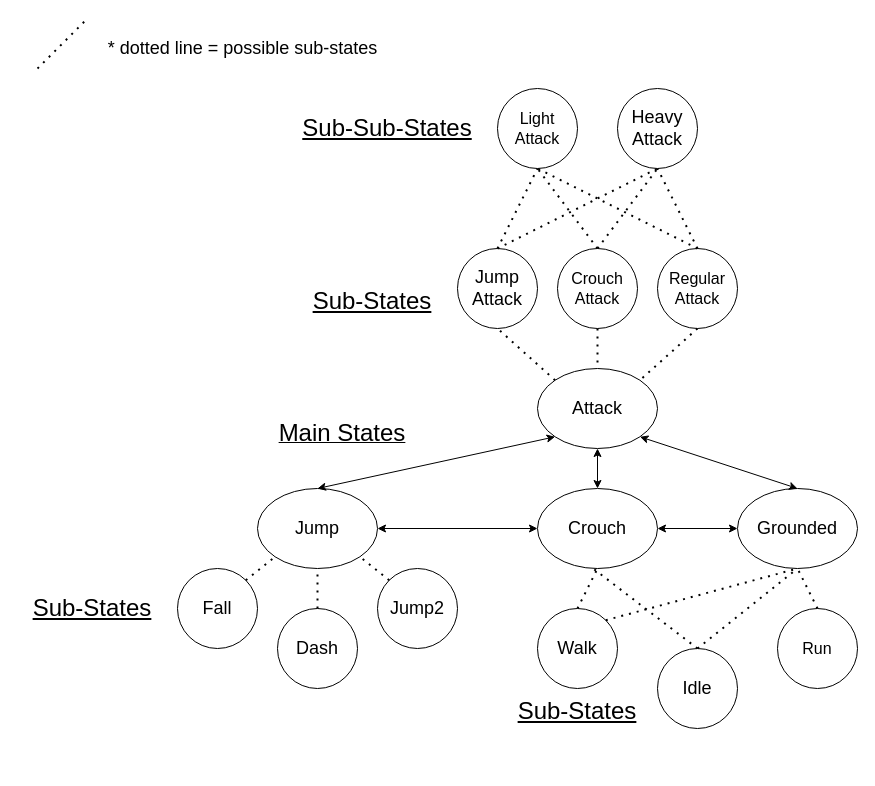
Before: SFMSolution.drawio in HolyTrie/Dark-Times-In-Sherwood, a draw.io diagram. Source tidied: cells renumbered, new cells numbered last; positions are measured from the earlier drawing's top-left corner, leaving out a move shared by most shapes. Both pictures are drawn from the tidied source at 100%, with x=0, y=0 at pixel (17, 18).
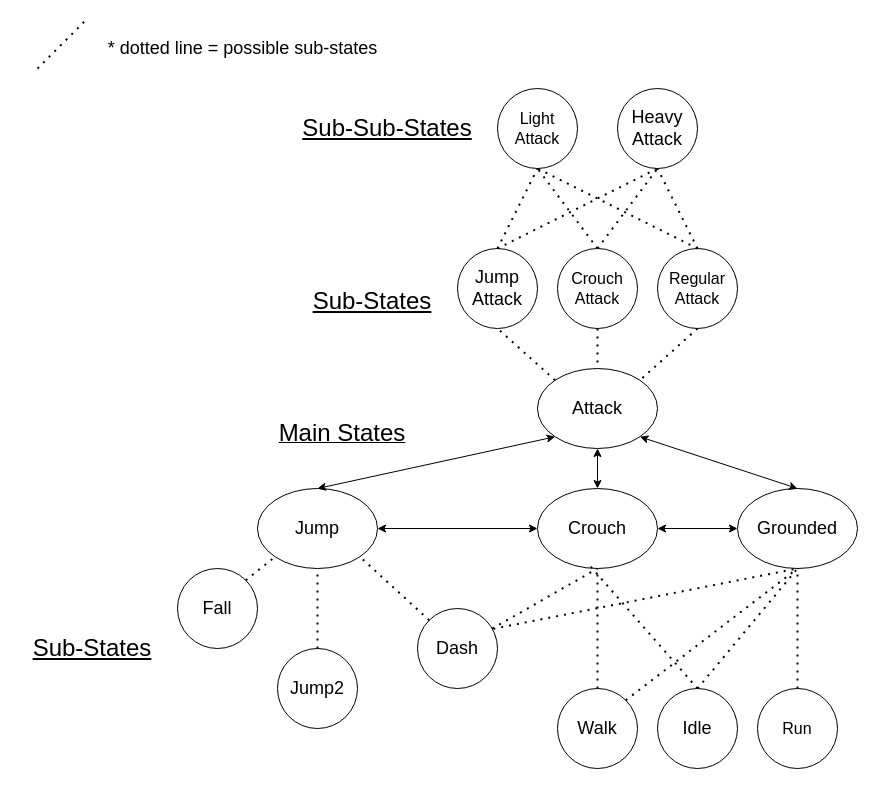
After the change.

The change refers to these unchanged cells:
```xml
<mxCell id="2" value="&lt;font style=&quot;font-size: 18px;&quot;&gt;Grounded&lt;/font&gt;" style="ellipse;whiteSpace=wrap;html=1;" parent="1" vertex="1">
  <mxGeometry x="720" y="470" width="120" height="80" as="geometry" />
</mxCell>
<mxCell id="9" value="&lt;font style=&quot;font-size: 18px;&quot;&gt;Crouch&lt;/font&gt;" style="ellipse;whiteSpace=wrap;html=1;" parent="1" vertex="1">
  <mxGeometry x="520" y="470" width="120" height="80" as="geometry" />
</mxCell>
<mxCell id="15" value="&lt;font style=&quot;font-size: 18px;&quot;&gt;Jump&lt;/font&gt;" style="ellipse;whiteSpace=wrap;html=1;" parent="1" vertex="1">
  <mxGeometry x="240" y="470" width="120" height="80" as="geometry" />
</mxCell>
```

The edit, as a diff of the source:
```diff
@@
     <mxCell id="3" value="&lt;font style=&quot;font-size: 18px;&quot;&gt;Idle&lt;/font&gt;" style="ellipse;whiteSpace=wrap;html=1;" parent="1" vertex="1">
-      <mxGeometry x="640" y="630" width="80" height="80" as="geometry" />
+      <mxGeometry x="640" y="670" width="80" height="80" as="geometry" />
     </mxCell>
     <mxCell id="4" value="&lt;font style=&quot;font-size: 18px;&quot;&gt;Walk&lt;/font&gt;" style="ellipse;whiteSpace=wrap;html=1;" parent="1" vertex="1">
-      <mxGeometry x="520" y="590" width="80" height="80" as="geometry" />
+      <mxGeometry x="540" y="670" width="80" height="80" as="geometry" />
     </mxCell>
     <mxCell id="5" value="&lt;font size=&quot;3&quot;&gt;Run&lt;/font&gt;" style="ellipse;whiteSpace=wrap;html=1;" parent="1" vertex="1">
-      <mxGeometry x="760" y="590" width="80" height="80" as="geometry" />
+      <mxGeometry x="740" y="670" width="80" height="80" as="geometry" />
     </mxCell>
@@
     <mxCell id="18" value="&lt;font style=&quot;font-size: 18px;&quot;&gt;Dash&lt;/font&gt;" style="ellipse;whiteSpace=wrap;html=1;" parent="1" vertex="1">
-      <mxGeometry x="260" y="590" width="80" height="80" as="geometry" />
+      <mxGeometry x="400" y="590" width="80" height="80" as="geometry" />
     </mxCell>
     <mxCell id="19" value="&lt;font style=&quot;font-size: 18px;&quot;&gt;Jump2&lt;/font&gt;" style="ellipse;whiteSpace=wrap;html=1;" parent="1" vertex="1">
-      <mxGeometry x="360" y="550" width="80" height="80" as="geometry" />
+      <mxGeometry x="260" y="630" width="80" height="80" as="geometry" />
     </mxCell>
@@
-    <mxCell id="21" style="endArrow=none;dashed=1;html=1;dashPattern=1 3;strokeWidth=2;rounded=0;exitX=0;exitY=0;exitDx=0;exitDy=0;entryX=1;entryY=1;entryDx=0;entryDy=0;" parent="1" edge="1" source="19" target="15">
+    <mxCell id="21" style="endArrow=none;dashed=1;html=1;dashPattern=1 3;strokeWidth=2;rounded=0;exitX=0.5;exitY=0;exitDx=0;exitDy=0;entryX=0.5;entryY=1;entryDx=0;entryDy=0;" parent="1" edge="1" source="19" target="15">
       <mxGeometry relative="1" as="geometry" />
     </mxCell>
-    <mxCell id="22" style="endArrow=none;dashed=1;html=1;dashPattern=1 3;strokeWidth=2;rounded=0;exitX=0.5;exitY=0;exitDx=0;exitDy=0;entryX=0.5;entryY=1;entryDx=0;entryDy=0;" parent="1" edge="1" source="18" target="15">
+    <mxCell id="22" style="endArrow=none;dashed=1;html=1;dashPattern=1 3;strokeWidth=2;rounded=0;exitX=0;exitY=0;exitDx=0;exitDy=0;entryX=1;entryY=1;entryDx=0;entryDy=0;" parent="1" edge="1" source="18" target="15">
       <mxGeometry relative="1" as="geometry" />
     </mxCell>
@@
     <mxCell id="42" value="&lt;font style=&quot;font-size: 24px;&quot;&gt;&lt;u&gt;Sub-States&lt;/u&gt;&lt;/font&gt;" style="text;html=1;strokeColor=none;fillColor=none;align=center;verticalAlign=middle;whiteSpace=wrap;rounded=0;" parent="1" vertex="1">
-      <mxGeometry y="572.5" width="150" height="35" as="geometry" />
+      <mxGeometry y="612.5" width="150" height="35" as="geometry" />
     </mxCell>
@@
-    <mxCell id="44" value="&lt;font style=&quot;font-size: 24px;&quot;&gt;&lt;u&gt;Sub-States&lt;/u&gt;&lt;/font&gt;" style="text;html=1;strokeColor=none;fillColor=none;align=center;verticalAlign=middle;whiteSpace=wrap;rounded=0;" parent="1" vertex="1">
-      <mxGeometry x="485" y="675" width="150" height="35" as="geometry" />
-    </mxCell>
@@
+    <mxCell id="46" style="endArrow=none;dashed=1;html=1;dashPattern=1 3;strokeWidth=2;rounded=0;entryX=0.5;entryY=1;entryDx=0;entryDy=0;" parent="1" edge="1" source="18" target="9">
+      <mxGeometry relative="1" as="geometry" />
+    </mxCell>
+    <mxCell id="47" style="endArrow=none;dashed=1;html=1;dashPattern=1 3;strokeWidth=2;rounded=0;exitX=0.948;exitY=0.254;exitDx=0;exitDy=0;entryX=0.5;entryY=1;entryDx=0;entryDy=0;exitPerimeter=0;" parent="1" edge="1" source="18" target="2">
+      <mxGeometry relative="1" as="geometry" />
+    </mxCell>
```
